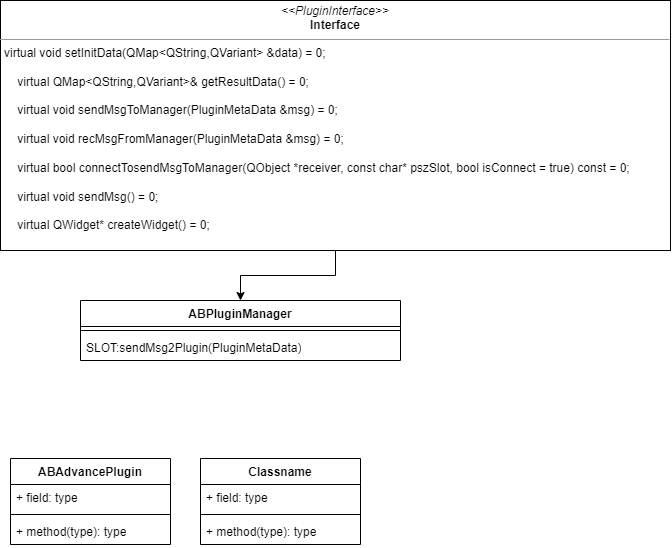
Durpe/Drawio keeps this draw.io diagram as plugins.png. Above is the earlier version. Source tidied: cells renumbered, new cells last; positions are measured from the earlier drawing's top-left corner, leaving out a move shared by most shapes. Source of this version:
```xml
<mxGraphModel>
  <root>
    <mxCell id="0" />
    <mxCell id="1" parent="0" />
    <mxCell id="2" style="edgeStyle=orthogonalEdgeStyle;rounded=0;jettySize=auto;html=1;exitX=0.5;exitY=1;exitDx=0;exitDy=0;entryX=0.5;entryY=0;entryDx=0;entryDy=0;" parent="1" edge="1" source="3" target="4">
      <mxGeometry relative="1" as="geometry" />
    </mxCell>
    <mxCell id="3" value="&lt;p style=&quot;margin:0px;margin-top:4px;text-align:center;&quot;&gt;&lt;i&gt;&amp;lt;&amp;lt;PluginInterface&amp;gt;&amp;gt;&lt;/i&gt;&lt;br&gt;&lt;b&gt;Interface&lt;/b&gt;&lt;/p&gt;&lt;hr size=&quot;1&quot;&gt;&lt;p style=&quot;margin:0px;margin-left:4px;&quot;&gt;virtual void setInitData(QMap&amp;lt;QString,QVariant&amp;gt; &amp;amp;data) = 0;&lt;/p&gt;&lt;p style=&quot;margin:0px;margin-left:4px;&quot;&gt;&lt;br&gt;&lt;/p&gt;&lt;p style=&quot;margin:0px;margin-left:4px;&quot;&gt;&amp;nbsp; &amp;nbsp; virtual QMap&amp;lt;QString,QVariant&amp;gt;&amp;amp; getResultData() = 0;&lt;/p&gt;&lt;p style=&quot;margin:0px;margin-left:4px;&quot;&gt;&lt;br&gt;&lt;/p&gt;&lt;p style=&quot;margin:0px;margin-left:4px;&quot;&gt;&amp;nbsp; &amp;nbsp; virtual void sendMsgToManager(PluginMetaData &amp;amp;msg) = 0;&lt;/p&gt;&lt;p style=&quot;margin:0px;margin-left:4px;&quot;&gt;&lt;br&gt;&lt;/p&gt;&lt;p style=&quot;margin:0px;margin-left:4px;&quot;&gt;&amp;nbsp; &amp;nbsp; virtual void recMsgFromManager(PluginMetaData &amp;amp;msg) = 0;&lt;/p&gt;&lt;p style=&quot;margin:0px;margin-left:4px;&quot;&gt;&lt;br&gt;&lt;/p&gt;&lt;p style=&quot;margin:0px;margin-left:4px;&quot;&gt;&amp;nbsp; &amp;nbsp; virtual bool connectTosendMsgToManager(QObject *receiver, const char* pszSlot, bool isConnect = true) const = 0;&lt;/p&gt;&lt;p style=&quot;margin:0px;margin-left:4px;&quot;&gt;&lt;br&gt;&lt;/p&gt;&lt;p style=&quot;margin:0px;margin-left:4px;&quot;&gt;&amp;nbsp; &amp;nbsp; virtual void sendMsg() = 0;&lt;/p&gt;&lt;p style=&quot;margin:0px;margin-left:4px;&quot;&gt;&lt;br&gt;&lt;/p&gt;&lt;p style=&quot;margin:0px;margin-left:4px;&quot;&gt;&amp;nbsp; &amp;nbsp; virtual QWidget* createWidget() = 0;&lt;/p&gt;&lt;p style=&quot;margin:0px;margin-left:4px;&quot;&gt;&lt;br&gt;&lt;/p&gt;" style="verticalAlign=top;align=left;overflow=fill;fontSize=12;fontFamily=Helvetica;html=1;whiteSpace=wrap;" parent="1" vertex="1">
      <mxGeometry width="670" height="250" as="geometry" />
    </mxCell>
    <mxCell id="4" value="ABPluginManager" style="swimlane;fontStyle=1;align=center;verticalAlign=top;horizontal=1;startSize=26;whiteSpace=wrap;html=1;" parent="1" vertex="1">
      <mxGeometry x="80" y="300" width="320" height="60" as="geometry" />
    </mxCell>
    <mxCell id="5" style="line;strokeWidth=1;fillColor=none;align=left;verticalAlign=middle;spacingTop=-1;spacingLeft=3;spacingRight=3;labelPosition=right;strokeColor=inherit;" parent="4" vertex="1">
      <mxGeometry y="26" width="320" height="8" as="geometry" />
    </mxCell>
    <mxCell id="6" value="SLOT:sendMsg2Plugin(PluginMetaData)" style="text;strokeColor=none;fillColor=none;align=left;verticalAlign=top;spacingLeft=4;spacingRight=4;overflow=hidden;whiteSpace=wrap;html=1;" parent="4" vertex="1">
      <mxGeometry y="34" width="320" height="26" as="geometry" />
    </mxCell>
    <mxCell id="7" value="ABAdvancePlugin" style="swimlane;fontStyle=1;align=center;verticalAlign=top;horizontal=1;startSize=26;whiteSpace=wrap;html=1;" parent="1" vertex="1">
      <mxGeometry x="10" y="458" width="160" height="86" as="geometry" />
    </mxCell>
    <mxCell id="8" value="+ field: type" style="text;strokeColor=none;fillColor=none;align=left;verticalAlign=top;spacingLeft=4;spacingRight=4;overflow=hidden;whiteSpace=wrap;html=1;" parent="7" vertex="1">
      <mxGeometry y="26" width="160" height="26" as="geometry" />
    </mxCell>
    <mxCell id="9" style="line;strokeWidth=1;fillColor=none;align=left;verticalAlign=middle;spacingTop=-1;spacingLeft=3;spacingRight=3;labelPosition=right;strokeColor=inherit;" parent="7" vertex="1">
      <mxGeometry y="52" width="160" height="8" as="geometry" />
    </mxCell>
    <mxCell id="10" value="+ method(type): type" style="text;strokeColor=none;fillColor=none;align=left;verticalAlign=top;spacingLeft=4;spacingRight=4;overflow=hidden;whiteSpace=wrap;html=1;" parent="7" vertex="1">
      <mxGeometry y="60" width="160" height="26" as="geometry" />
    </mxCell>
    <mxCell id="11" value="Classname" style="swimlane;fontStyle=1;align=center;verticalAlign=top;horizontal=1;startSize=26;whiteSpace=wrap;html=1;" parent="1" vertex="1">
      <mxGeometry x="200" y="458" width="160" height="86" as="geometry" />
    </mxCell>
    <mxCell id="12" value="+ field: type" style="text;strokeColor=none;fillColor=none;align=left;verticalAlign=top;spacingLeft=4;spacingRight=4;overflow=hidden;whiteSpace=wrap;html=1;" parent="11" vertex="1">
      <mxGeometry y="26" width="160" height="26" as="geometry" />
    </mxCell>
    <mxCell id="13" style="line;strokeWidth=1;fillColor=none;align=left;verticalAlign=middle;spacingTop=-1;spacingLeft=3;spacingRight=3;labelPosition=right;strokeColor=inherit;" parent="11" vertex="1">
      <mxGeometry y="52" width="160" height="8" as="geometry" />
    </mxCell>
    <mxCell id="14" value="+ method(type): type" style="text;strokeColor=none;fillColor=none;align=left;verticalAlign=top;spacingLeft=4;spacingRight=4;overflow=hidden;whiteSpace=wrap;html=1;" parent="11" vertex="1">
      <mxGeometry y="60" width="160" height="26" as="geometry" />
    </mxCell>
  </root>
</mxGraphModel>
```
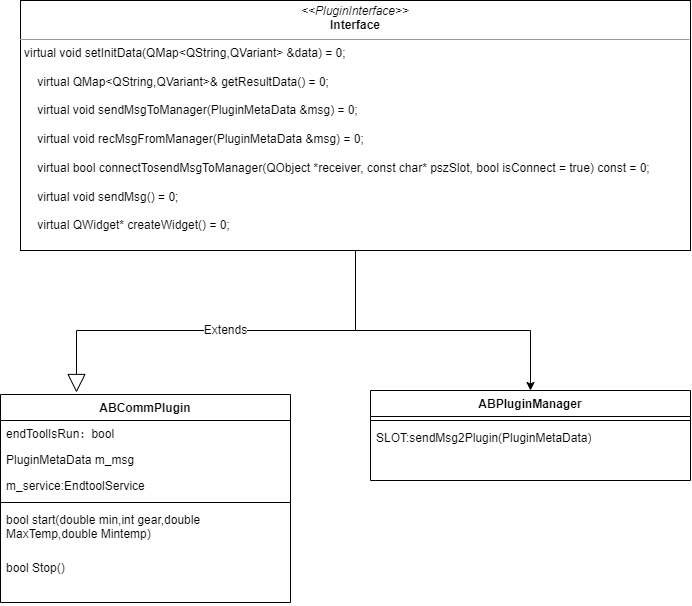
The same file after the commit.

Change to the diagram source:
```diff
@@ -3,43 +3,54 @@
     <mxCell id="0" />
     <mxCell id="1" parent="0" />
     <mxCell id="2" style="edgeStyle=orthogonalEdgeStyle;rounded=0;jettySize=auto;html=1;exitX=0.5;exitY=1;exitDx=0;exitDy=0;entryX=0.5;entryY=0;entryDx=0;entryDy=0;" parent="1" edge="1" source="3" target="4">
-      <mxGeometry relative="1" as="geometry" />
+      <mxGeometry relative="1" as="geometry">
+        <Array as="points">
+          <mxPoint x="335" y="330" />
+          <mxPoint x="510" y="330" />
+        </Array>
+      </mxGeometry>
     </mxCell>
     <mxCell id="3" value="&lt;p style=&quot;margin:0px;margin-top:4px;text-align:center;&quot;&gt;&lt;i&gt;&amp;lt;&amp;lt;PluginInterface&amp;gt;&amp;gt;&lt;/i&gt;&lt;br&gt;&lt;b&gt;Interface&lt;/b&gt;&lt;/p&gt;&lt;hr size=&quot;1&quot;&gt;&lt;p style=&quot;margin:0px;margin-left:4px;&quot;&gt;virtual void setInitData(QMap&amp;lt;QString,QVariant&amp;gt; &amp;amp;data) = 0;&lt;/p&gt;&lt;p style=&quot;margin:0px;margin-left:4px;&quot;&gt;&lt;br&gt;&lt;/p&gt;&lt;p style=&quot;margin:0px;margin-left:4px;&quot;&gt;&amp;nbsp; &amp;nbsp; virtual QMap&amp;lt;QString,QVariant&amp;gt;&amp;amp; getResultData() = 0;&lt;/p&gt;&lt;p style=&quot;margin:0px;margin-left:4px;&quot;&gt;&lt;br&gt;&lt;/p&gt;&lt;p style=&quot;margin:0px;margin-left:4px;&quot;&gt;&amp;nbsp; &amp;nbsp; virtual void sendMsgToManager(PluginMetaData &amp;amp;msg) = 0;&lt;/p&gt;&lt;p style=&quot;margin:0px;margin-left:4px;&quot;&gt;&lt;br&gt;&lt;/p&gt;&lt;p style=&quot;margin:0px;margin-left:4px;&quot;&gt;&amp;nbsp; &amp;nbsp; virtual void recMsgFromManager(PluginMetaData &amp;amp;msg) = 0;&lt;/p&gt;&lt;p style=&quot;margin:0px;margin-left:4px;&quot;&gt;&lt;br&gt;&lt;/p&gt;&lt;p style=&quot;margin:0px;margin-left:4px;&quot;&gt;&amp;nbsp; &amp;nbsp; virtual bool connectTosendMsgToManager(QObject *receiver, const char* pszSlot, bool isConnect = true) const = 0;&lt;/p&gt;&lt;p style=&quot;margin:0px;margin-left:4px;&quot;&gt;&lt;br&gt;&lt;/p&gt;&lt;p style=&quot;margin:0px;margin-left:4px;&quot;&gt;&amp;nbsp; &amp;nbsp; virtual void sendMsg() = 0;&lt;/p&gt;&lt;p style=&quot;margin:0px;margin-left:4px;&quot;&gt;&lt;br&gt;&lt;/p&gt;&lt;p style=&quot;margin:0px;margin-left:4px;&quot;&gt;&amp;nbsp; &amp;nbsp; virtual QWidget* createWidget() = 0;&lt;/p&gt;&lt;p style=&quot;margin:0px;margin-left:4px;&quot;&gt;&lt;br&gt;&lt;/p&gt;" style="verticalAlign=top;align=left;overflow=fill;fontSize=12;fontFamily=Helvetica;html=1;whiteSpace=wrap;" parent="1" vertex="1">
       <mxGeometry width="670" height="250" as="geometry" />
     </mxCell>
     <mxCell id="4" value="ABPluginManager" style="swimlane;fontStyle=1;align=center;verticalAlign=top;horizontal=1;startSize=26;whiteSpace=wrap;html=1;" parent="1" vertex="1">
-      <mxGeometry x="80" y="300" width="320" height="60" as="geometry" />
+      <mxGeometry x="350" y="390" width="320" height="90" as="geometry" />
     </mxCell>
     <mxCell id="5" style="line;strokeWidth=1;fillColor=none;align=left;verticalAlign=middle;spacingTop=-1;spacingLeft=3;spacingRight=3;labelPosition=right;strokeColor=inherit;" parent="4" vertex="1">
       <mxGeometry y="26" width="320" height="8" as="geometry" />
     </mxCell>
     <mxCell id="6" value="SLOT:sendMsg2Plugin(PluginMetaData)" style="text;strokeColor=none;fillColor=none;align=left;verticalAlign=top;spacingLeft=4;spacingRight=4;overflow=hidden;whiteSpace=wrap;html=1;" parent="4" vertex="1">
-      <mxGeometry y="34" width="320" height="26" as="geometry" />
+      <mxGeometry y="34" width="320" height="56" as="geometry" />
     </mxCell>
-    <mxCell id="7" value="ABAdvancePlugin" style="swimlane;fontStyle=1;align=center;verticalAlign=top;horizontal=1;startSize=26;whiteSpace=wrap;html=1;" parent="1" vertex="1">
-      <mxGeometry x="10" y="458" width="160" height="86" as="geometry" />
-    </mxCell>
-    <mxCell id="8" value="+ field: type" style="text;strokeColor=none;fillColor=none;align=left;verticalAlign=top;spacingLeft=4;spacingRight=4;overflow=hidden;whiteSpace=wrap;html=1;" parent="7" vertex="1">
-      <mxGeometry y="26" width="160" height="26" as="geometry" />
-    </mxCell>
-    <mxCell id="9" style="line;strokeWidth=1;fillColor=none;align=left;verticalAlign=middle;spacingTop=-1;spacingLeft=3;spacingRight=3;labelPosition=right;strokeColor=inherit;" parent="7" vertex="1">
-      <mxGeometry y="52" width="160" height="8" as="geometry" />
-    </mxCell>
-    <mxCell id="10" value="+ method(type): type" style="text;strokeColor=none;fillColor=none;align=left;verticalAlign=top;spacingLeft=4;spacingRight=4;overflow=hidden;whiteSpace=wrap;html=1;" parent="7" vertex="1">
-      <mxGeometry y="60" width="160" height="26" as="geometry" />
-    </mxCell>
-    <mxCell id="11" value="Classname" style="swimlane;fontStyle=1;align=center;verticalAlign=top;horizontal=1;startSize=26;whiteSpace=wrap;html=1;" parent="1" vertex="1">
-      <mxGeometry x="200" y="458" width="160" height="86" as="geometry" />
-    </mxCell>
-    <mxCell id="12" value="+ field: type" style="text;strokeColor=none;fillColor=none;align=left;verticalAlign=top;spacingLeft=4;spacingRight=4;overflow=hidden;whiteSpace=wrap;html=1;" parent="11" vertex="1">
-      <mxGeometry y="26" width="160" height="26" as="geometry" />
-    </mxCell>
-    <mxCell id="13" style="line;strokeWidth=1;fillColor=none;align=left;verticalAlign=middle;spacingTop=-1;spacingLeft=3;spacingRight=3;labelPosition=right;strokeColor=inherit;" parent="11" vertex="1">
-      <mxGeometry y="52" width="160" height="8" as="geometry" />
-    </mxCell>
-    <mxCell id="14" value="+ method(type): type" style="text;strokeColor=none;fillColor=none;align=left;verticalAlign=top;spacingLeft=4;spacingRight=4;overflow=hidden;whiteSpace=wrap;html=1;" parent="11" vertex="1">
-      <mxGeometry y="60" width="160" height="26" as="geometry" />
-    </mxCell>
+    <mxCell id="15" value="Extends" style="endArrow=block;endSize=16;endFill=0;html=1;rounded=0;exitX=0.5;exitY=1;exitDx=0;exitDy=0;" parent="1" edge="1" source="3">
+      <mxGeometry relative="1" as="geometry">
+        <mxPoint x="56" y="392" as="targetPoint" />
+        <Array as="points">
+          <mxPoint x="335" y="330" />
+          <mxPoint x="56" y="330" />
+        </Array>
+      </mxGeometry>
+    </mxCell>
+    <mxCell id="16" value="ABCommPlugin" style="swimlane;fontStyle=1;align=center;verticalAlign=top;horizontal=1;startSize=26;whiteSpace=wrap;html=1;" parent="1" vertex="1">
+      <mxGeometry x="-20" y="394" width="290" height="208" as="geometry" />
+    </mxCell>
+    <mxCell id="17" value="endToolIsRun：bool" style="text;strokeColor=none;fillColor=none;align=left;verticalAlign=top;spacingLeft=4;spacingRight=4;overflow=hidden;whiteSpace=wrap;html=1;" parent="16" vertex="1">
+      <mxGeometry y="26" width="290" height="26" as="geometry" />
+    </mxCell>
+    <mxCell id="18" value="PluginMetaData m_msg" style="text;strokeColor=none;fillColor=none;align=left;verticalAlign=top;spacingLeft=4;spacingRight=4;overflow=hidden;whiteSpace=wrap;html=1;" parent="16" vertex="1">
+      <mxGeometry y="52" width="290" height="26" as="geometry" />
+    </mxCell>
+    <mxCell id="19" value="m_service:EndtoolService" style="text;strokeColor=none;fillColor=none;align=left;verticalAlign=top;spacingLeft=4;spacingRight=4;overflow=hidden;whiteSpace=wrap;html=1;" parent="16" vertex="1">
+      <mxGeometry y="78" width="290" height="26" as="geometry" />
+    </mxCell>
+    <mxCell id="20" style="line;strokeWidth=1;fillColor=none;align=left;verticalAlign=middle;spacingTop=-1;spacingLeft=3;spacingRight=3;labelPosition=right;strokeColor=inherit;" parent="16" vertex="1">
+      <mxGeometry y="104" width="290" height="8" as="geometry" />
+    </mxCell>
+    <mxCell id="21" value="&lt;div&gt;bool start(double min,int gear,double MaxTemp,double Mintemp)&lt;/div&gt;" style="text;strokeColor=none;fillColor=none;align=left;verticalAlign=top;spacingLeft=4;spacingRight=4;overflow=hidden;whiteSpace=wrap;html=1;" parent="16" vertex="1">
+      <mxGeometry y="112" width="290" height="48" as="geometry" />
+    </mxCell>
+    <mxCell id="22" value="&lt;div&gt;bool Stop()&lt;/div&gt;" style="text;strokeColor=none;fillColor=none;align=left;verticalAlign=top;spacingLeft=4;spacingRight=4;overflow=hidden;whiteSpace=wrap;html=1;" parent="16" vertex="1">
+      <mxGeometry y="160" width="290" height="48" as="geometry" />
+    </mxCell>
   </root>
 </mxGraphModel>
```
